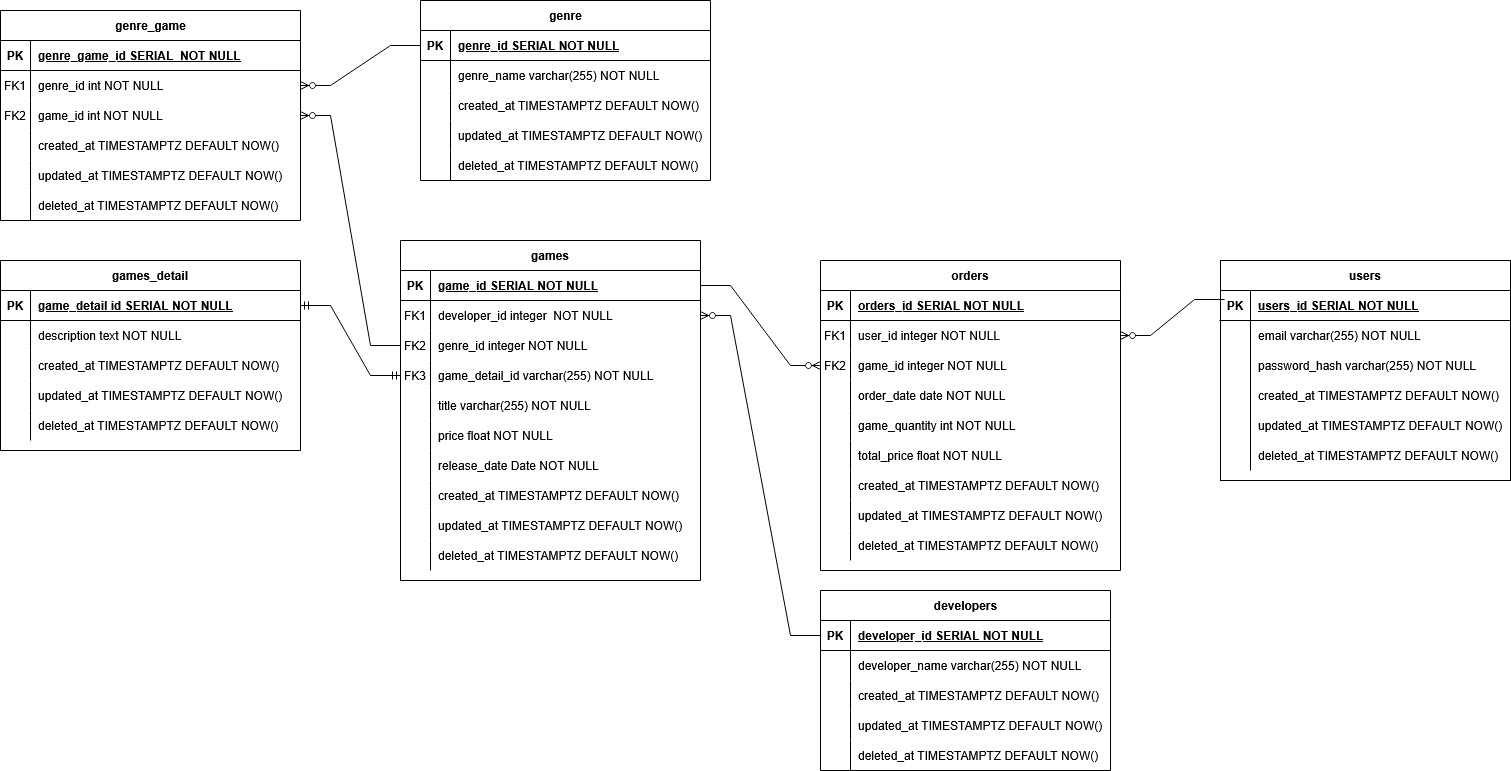
This is ERD/REA_Games.drawio.png from EffelZefanya/REA_Games, a draw.io export, as it was before one commit. Source tidied: cells renumbered, new cells last; positions are measured from the earlier drawing's top-left corner, leaving out a move shared by most shapes.
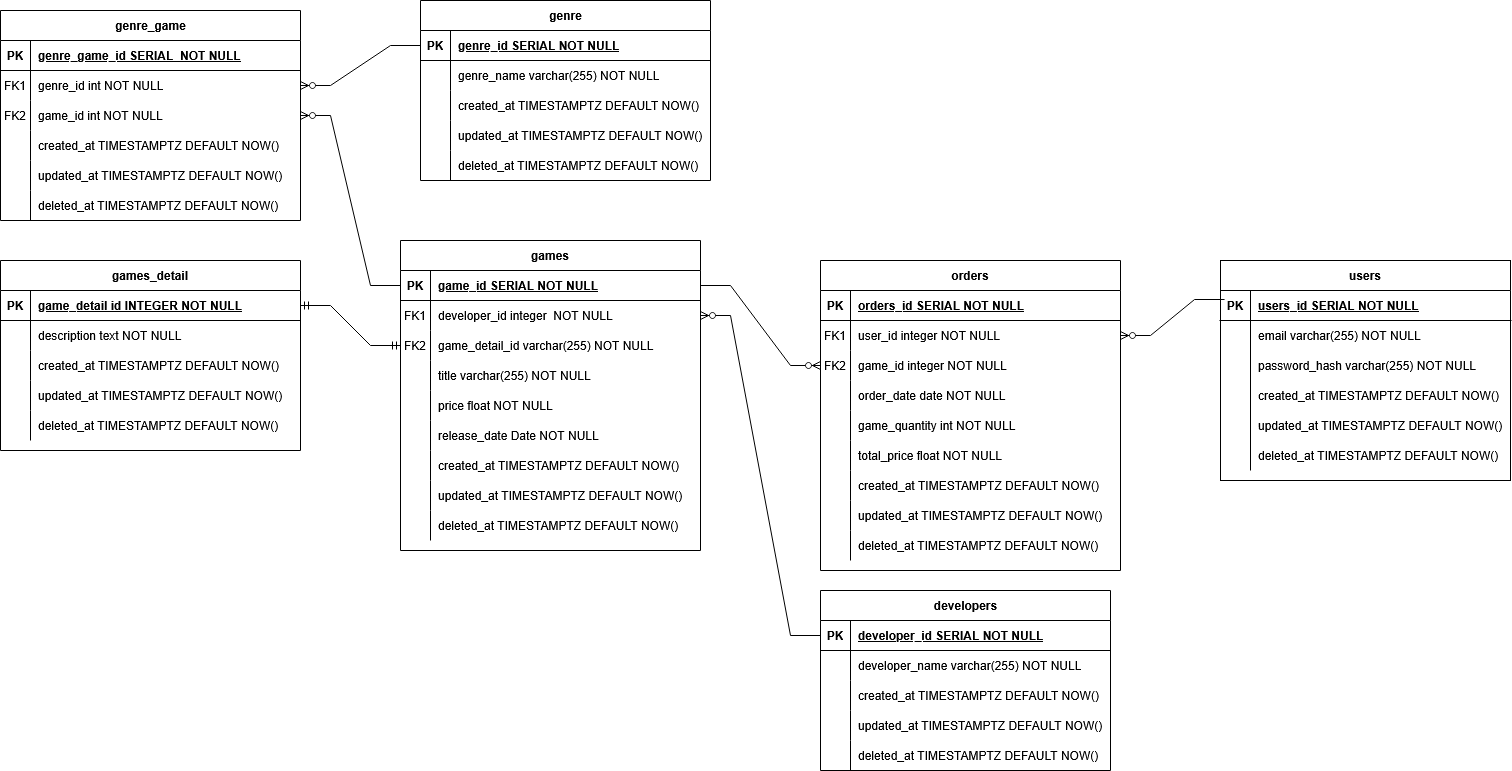
Later version of the same file.

Commit message:
feat:developer games report

Change to the diagram source:
```diff
@@ -144,7 +144,7 @@
       <mxGeometry x="30" width="270" height="30" as="geometry" />
     </mxCell>
     <mxCell id="49" value="games" style="shape=table;startSize=30;rowLines=0;fontStyle=1;align=center;" parent="1" vertex="1">
-      <mxGeometry x="400" y="240" width="300" height="340" as="geometry" />
+      <mxGeometry x="400" y="240" width="300" height="310" as="geometry" />
     </mxCell>
     <mxCell id="50" style="shape=partialRectangle;fillColor=none;points=[[0,0.5],[1,0.5]];portConstraint=eastwest;top=0;left=0;right=0;bottom=1;" parent="49" vertex="1">
       <mxGeometry y="30" width="300" height="30" as="geometry" />
@@ -164,26 +164,17 @@
     <mxCell id="55" value="developer_id integer  NOT NULL" style="shape=partialRectangle;overflow=hidden;fillColor=none;top=0;left=0;bottom=0;right=0;align=left;spacingLeft=6;" parent="53" vertex="1">
       <mxGeometry x="30" width="270" height="30" as="geometry" />
     </mxCell>
-    <mxCell id="56" style="shape=partialRectangle;fillColor=none;points=[[0,0.5],[1,0.5]];portConstraint=eastwest;top=0;left=0;right=0;bottom=0;" parent="49" vertex="1">
-      <mxGeometry y="90" width="300" height="30" as="geometry" />
-    </mxCell>
-    <mxCell id="57" value="FK2" style="shape=partialRectangle;overflow=hidden;fillColor=none;top=0;left=0;bottom=0;right=0;" parent="56" vertex="1">
-      <mxGeometry width="30" height="30" as="geometry" />
-    </mxCell>
-    <mxCell id="58" value="genre_id integer NOT NULL" style="shape=partialRectangle;overflow=hidden;fillColor=none;top=0;left=0;bottom=0;right=0;align=left;spacingLeft=6;" parent="56" vertex="1">
-      <mxGeometry x="30" width="270" height="30" as="geometry" />
-    </mxCell>
     <mxCell id="59" style="shape=partialRectangle;fillColor=none;points=[[0,0.5],[1,0.5]];portConstraint=eastwest;top=0;left=0;right=0;bottom=0;" parent="49" vertex="1">
-      <mxGeometry y="120" width="300" height="30" as="geometry" />
+      <mxGeometry y="90" width="300" height="30" as="geometry" />
     </mxCell>
-    <mxCell id="60" value="FK3" style="shape=partialRectangle;overflow=hidden;fillColor=none;top=0;left=0;bottom=0;right=0;" parent="59" vertex="1">
+    <mxCell id="60" value="FK2" style="shape=partialRectangle;overflow=hidden;fillColor=none;top=0;left=0;bottom=0;right=0;" parent="59" vertex="1">
       <mxGeometry width="30" height="30" as="geometry" />
     </mxCell>
     <mxCell id="61" value="game_detail_id varchar(255) NOT NULL" style="shape=partialRectangle;overflow=hidden;fillColor=none;top=0;left=0;bottom=0;right=0;align=left;spacingLeft=6;" parent="59" vertex="1">
       <mxGeometry x="30" width="270" height="30" as="geometry" />
     </mxCell>
     <mxCell id="62" style="shape=partialRectangle;fillColor=none;top=0;left=0;right=0;bottom=0;" parent="49" vertex="1">
-      <mxGeometry y="150" width="300" height="30" as="geometry" />
+      <mxGeometry y="120" width="300" height="30" as="geometry" />
     </mxCell>
     <mxCell id="63" style="shape=partialRectangle;overflow=hidden;fillColor=none;top=0;left=0;bottom=0;right=0;" parent="62" vertex="1">
       <mxGeometry width="30" height="30" as="geometry" />
@@ -192,7 +183,7 @@
       <mxGeometry x="30" width="270" height="30" as="geometry" />
     </mxCell>
     <mxCell id="65" style="shape=partialRectangle;fillColor=none;top=0;left=0;right=0;bottom=0;" parent="49" vertex="1">
-      <mxGeometry y="180" width="300" height="30" as="geometry" />
+      <mxGeometry y="150" width="300" height="30" as="geometry" />
     </mxCell>
     <mxCell id="66" style="shape=partialRectangle;overflow=hidden;fillColor=none;top=0;left=0;bottom=0;right=0;" parent="65" vertex="1">
       <mxGeometry width="30" height="30" as="geometry" />
@@ -201,7 +192,7 @@
       <mxGeometry x="30" width="270" height="30" as="geometry" />
     </mxCell>
     <mxCell id="68" style="shape=partialRectangle;fillColor=none;top=0;left=0;right=0;bottom=0;" parent="49" vertex="1">
-      <mxGeometry y="210" width="300" height="30" as="geometry" />
+      <mxGeometry y="180" width="300" height="30" as="geometry" />
     </mxCell>
     <mxCell id="69" style="shape=partialRectangle;overflow=hidden;fillColor=none;top=0;left=0;bottom=0;right=0;" parent="68" vertex="1">
       <mxGeometry width="30" height="30" as="geometry" />
@@ -210,7 +201,7 @@
       <mxGeometry x="30" width="270" height="30" as="geometry" />
     </mxCell>
     <mxCell id="71" style="shape=partialRectangle;fillColor=none;top=0;left=0;right=0;bottom=0;" parent="49" vertex="1">
-      <mxGeometry y="240" width="300" height="30" as="geometry" />
+      <mxGeometry y="210" width="300" height="30" as="geometry" />
     </mxCell>
     <mxCell id="72" style="shape=partialRectangle;overflow=hidden;fillColor=none;top=0;left=0;bottom=0;right=0;" parent="71" vertex="1">
       <mxGeometry width="30" height="30" as="geometry" />
@@ -219,7 +210,7 @@
       <mxGeometry x="30" width="270" height="30" as="geometry" />
     </mxCell>
     <mxCell id="74" style="shape=partialRectangle;fillColor=none;top=0;left=0;right=0;bottom=0;" parent="49" vertex="1">
-      <mxGeometry y="270" width="300" height="30" as="geometry" />
+      <mxGeometry y="240" width="300" height="30" as="geometry" />
     </mxCell>
     <mxCell id="75" style="shape=partialRectangle;overflow=hidden;fillColor=none;top=0;left=0;bottom=0;right=0;" parent="74" vertex="1">
       <mxGeometry width="30" height="30" as="geometry" />
@@ -228,7 +219,7 @@
       <mxGeometry x="30" width="270" height="30" as="geometry" />
     </mxCell>
     <mxCell id="77" style="shape=partialRectangle;fillColor=none;top=0;left=0;right=0;bottom=0;" parent="49" vertex="1">
-      <mxGeometry y="300" width="300" height="30" as="geometry" />
+      <mxGeometry y="270" width="300" height="30" as="geometry" />
     </mxCell>
     <mxCell id="78" style="shape=partialRectangle;overflow=hidden;fillColor=none;top=0;left=0;bottom=0;right=0;" parent="77" vertex="1">
       <mxGeometry width="30" height="30" as="geometry" />
@@ -401,7 +392,7 @@
     <mxCell id="134" style="edgeStyle=entityRelationEdgeStyle;fontSize=12;html=1;endArrow=ERzeroToMany;endFill=1;rounded=0;exitX=0;exitY=0.5;exitDx=0;exitDy=0;" parent="1" edge="1" source="97" target="116">
       <mxGeometry relative="1" as="geometry" />
     </mxCell>
-    <mxCell id="135" style="edgeStyle=entityRelationEdgeStyle;fontSize=12;html=1;endArrow=ERzeroToMany;endFill=1;rounded=0;" parent="1" edge="1" source="56" target="119">
+    <mxCell id="135" style="edgeStyle=entityRelationEdgeStyle;fontSize=12;html=1;endArrow=ERzeroToMany;endFill=1;rounded=0;exitX=0;exitY=0.5;exitDx=0;exitDy=0;" parent="1" edge="1" source="50" target="119">
       <mxGeometry relative="1" as="geometry" />
     </mxCell>
     <mxCell id="136" value="games_detail" style="shape=table;startSize=30;rowLines=0;fontStyle=1;align=center;" parent="1" vertex="1">
@@ -413,7 +404,7 @@
     <mxCell id="138" value="PK" style="shape=partialRectangle;overflow=hidden;fillColor=none;top=0;left=0;bottom=0;right=0;fontStyle=1;" parent="137" vertex="1">
       <mxGeometry width="30" height="30" as="geometry" />
     </mxCell>
-    <mxCell id="139" value="game_detail id SERIAL NOT NULL" style="shape=partialRectangle;overflow=hidden;fillColor=none;top=0;left=0;bottom=0;right=0;align=left;spacingLeft=6;fontStyle=5;" parent="137" vertex="1">
+    <mxCell id="139" value="game_detail id INTEGER NOT NULL" style="shape=partialRectangle;overflow=hidden;fillColor=none;top=0;left=0;bottom=0;right=0;align=left;spacingLeft=6;fontStyle=5;" parent="137" vertex="1">
       <mxGeometry x="30" width="270" height="30" as="geometry" />
     </mxCell>
     <mxCell id="140" style="shape=partialRectangle;fillColor=none;top=0;left=0;right=0;bottom=0;" parent="136" vertex="1">
```
